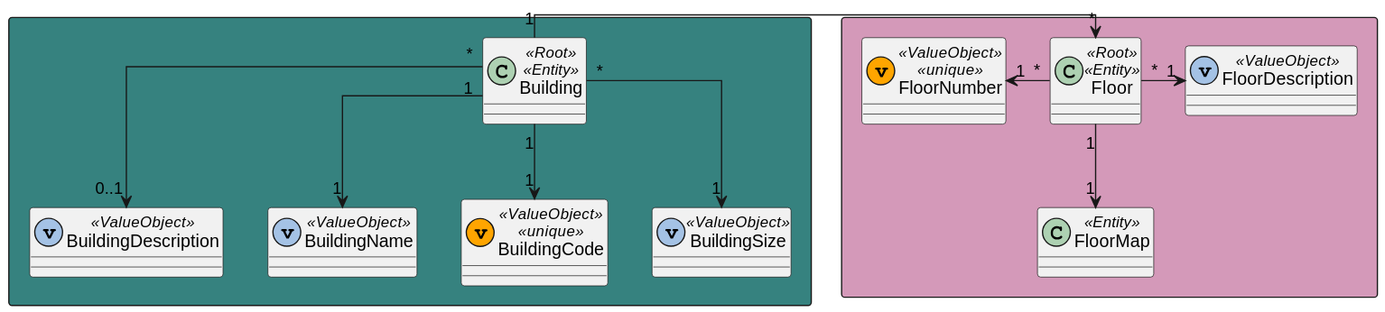
This is docs/US_180/Diagrams/DomainModelExcerpt.svg from Pedro-Pereira1/sem5pi_23_24_g056, a PlantUML export, as it was before one commit.
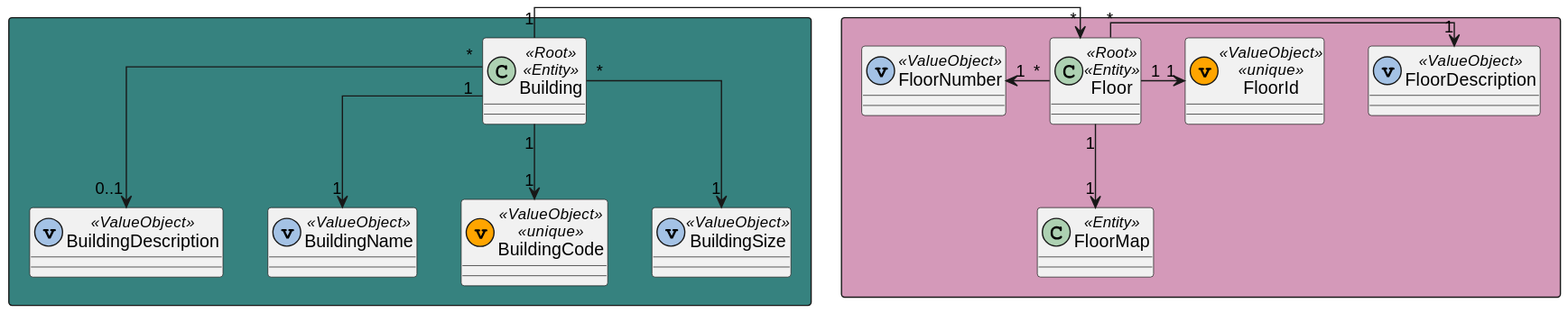
After the change.

Commit message:
Update Domain Model Excerpt relative US180 and 190

Diff of the diagram source:
```diff
@@ -12,10 +12,10 @@
 
 rectangle #D499B9{
 class Floor  << Root >> << Entity >>
-class FloorNumber  << (v,orange) ValueObject >> << unique >>
+class FloorId  << (v,orange) ValueObject >> << unique >>
 class FloorDescription  << (v,#A4C2E5) ValueObject >>
 class FloorMap  << Entity >>
-
+class FloorNumber << (v,#A4C2E5) ValueObject >>
 }
 
 Building "1"->"*" Floor
@@ -28,4 +28,5 @@
 Floor "1"-d->"1" FloorMap
 Floor "*"-u>"1" FloorNumber
 Floor "*"->"1" FloorDescription
+Floor "1" -> "1" FloorId
 @enduml
```
